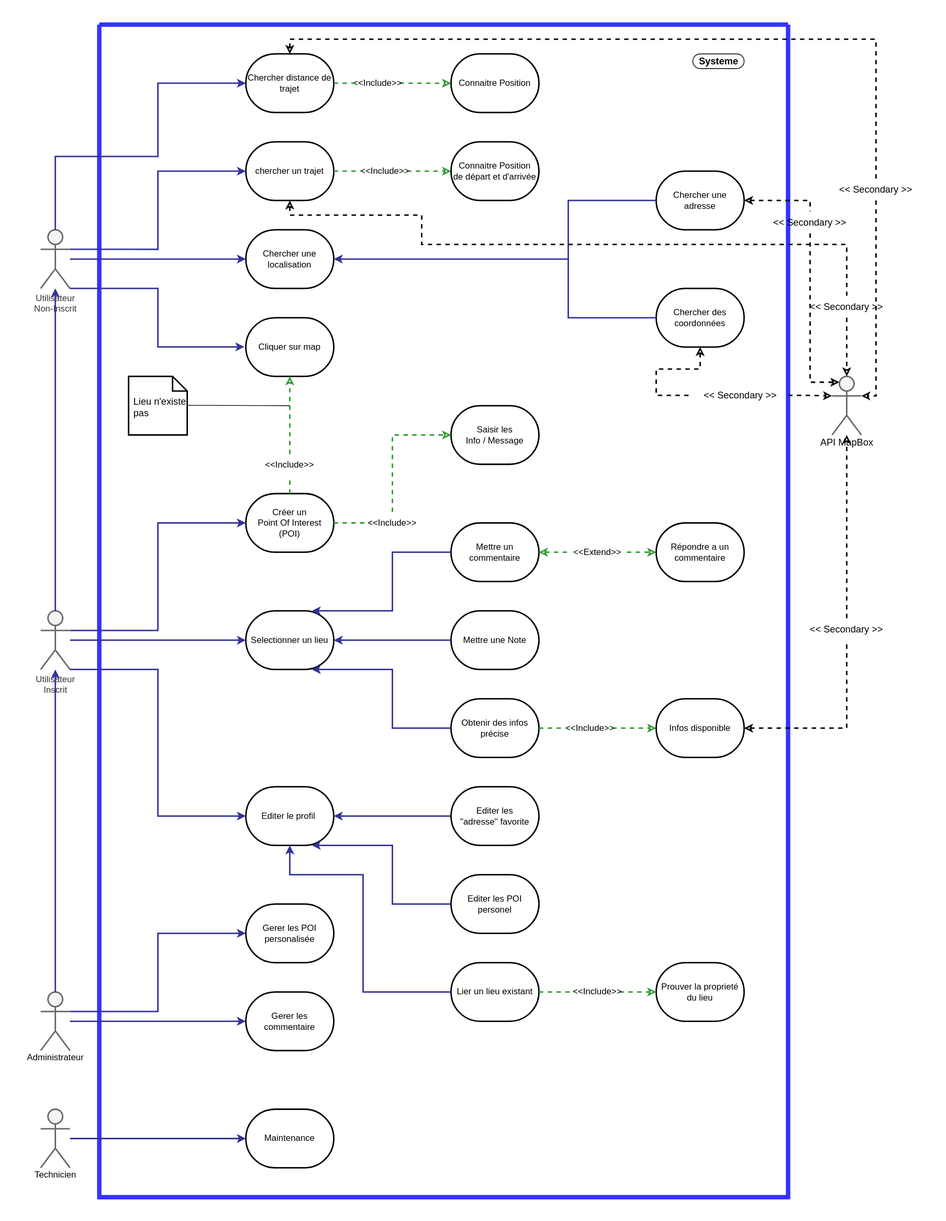
Earlier version of the draw.io export UML/Uml-Use-Case.drawio.svg (Bparsis/Projet-Formation). Source tidied: cells renumbered, new cells last; positions are measured from the earlier drawing's top-left corner, leaving out a move shared by most shapes.
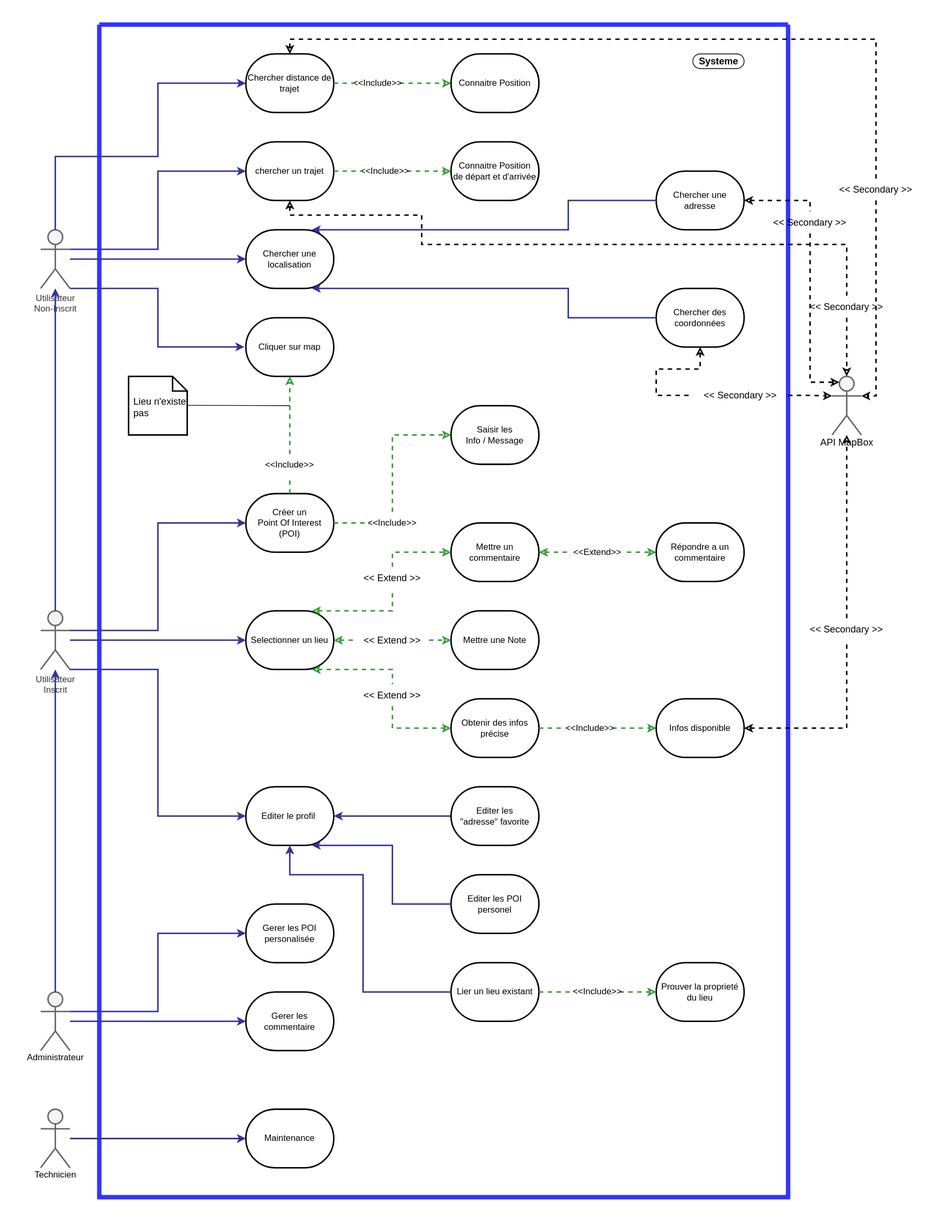
Later version of the same file.

Diff of the diagram source:
```diff
@@ -20,6 +20,32 @@
     <mxCell id="7" value="&amp;lt;&amp;lt; Secondary &amp;gt;&amp;gt;" style="text;html=1;strokeColor=none;fillColor=none;align=center;verticalAlign=middle;whiteSpace=wrap;rounded=0;shadow=0;glass=0;labelBackgroundColor=none;sketch=0;fontSize=13;" parent="2" vertex="1">
       <mxGeometry x="810" y="491" width="130" height="30" as="geometry" />
     </mxCell>
+    <mxCell id="94" value="&amp;lt;&amp;lt; Extend &amp;gt;&amp;gt;" style="text;html=1;strokeColor=none;fillColor=none;align=center;verticalAlign=middle;whiteSpace=wrap;rounded=0;shadow=0;glass=0;labelBackgroundColor=none;sketch=0;fontSize=13;" parent="2" vertex="1">
+      <mxGeometry x="350" y="740" width="100" height="30" as="geometry" />
+    </mxCell>
+    <mxCell id="95" style="rounded=0;jettySize=auto;html=1;strokeWidth=2;startArrow=classic;endArrow=none;edgeStyle=orthogonalEdgeStyle;startFill=0;endFill=0;fillColor=#dae8fc;strokeColor=#339933;sketch=0;exitX=0.75;exitY=0;exitDx=0;exitDy=0;dashed=1;" parent="2" edge="1" source="6" target="94">
+      <mxGeometry relative="1" as="geometry">
+        <Array as="points">
+          <mxPoint x="400" y="800" />
+        </Array>
+      </mxGeometry>
+    </mxCell>
+    <mxCell id="96" value="&amp;lt;&amp;lt; Extend &amp;gt;&amp;gt;" style="text;html=1;strokeColor=none;fillColor=none;align=center;verticalAlign=middle;whiteSpace=wrap;rounded=0;shadow=0;glass=0;labelBackgroundColor=none;sketch=0;fontSize=13;" parent="2" vertex="1">
+      <mxGeometry x="350" y="825" width="100" height="30" as="geometry" />
+    </mxCell>
+    <mxCell id="97" style="rounded=0;jettySize=auto;html=1;strokeWidth=2;startArrow=classic;endArrow=none;edgeStyle=orthogonalEdgeStyle;startFill=0;endFill=0;fillColor=#dae8fc;strokeColor=#339933;sketch=0;exitX=1;exitY=0.5;exitDx=0;exitDy=0;entryX=0;entryY=0.5;entryDx=0;entryDy=0;dashed=1;" parent="2" edge="1" source="6" target="96">
+      <mxGeometry relative="1" as="geometry" />
+    </mxCell>
+    <mxCell id="98" value="&amp;lt;&amp;lt; Extend &amp;gt;&amp;gt;" style="text;html=1;strokeColor=none;fillColor=none;align=center;verticalAlign=middle;whiteSpace=wrap;rounded=0;shadow=0;glass=0;labelBackgroundColor=none;sketch=0;fontSize=13;" parent="2" vertex="1">
+      <mxGeometry x="350" y="900" width="100" height="30" as="geometry" />
+    </mxCell>
+    <mxCell id="99" style="rounded=0;jettySize=auto;html=1;strokeWidth=2;startArrow=classic;endArrow=none;edgeStyle=orthogonalEdgeStyle;startFill=0;endFill=0;fillColor=#dae8fc;strokeColor=#339933;sketch=0;exitX=0.75;exitY=1;exitDx=0;exitDy=0;dashed=1;" parent="2" edge="1" source="6" target="98">
+      <mxGeometry relative="1" as="geometry">
+        <Array as="points">
+          <mxPoint x="400" y="880" />
+        </Array>
+      </mxGeometry>
+    </mxCell>
     <mxCell id="8" value="Chercher une localisation" style="rounded=1;whiteSpace=wrap;html=1;arcSize=50;strokeWidth=2;perimeterSpacing=0;gradientColor=none;fillColor=default;" parent="1" vertex="1">
       <mxGeometry x="305" y="280" width="120" height="80" as="geometry" />
     </mxCell>
@@ -99,18 +125,18 @@
     <mxCell id="28" value="Chercher des coordonnées" style="rounded=1;whiteSpace=wrap;html=1;arcSize=50;strokeWidth=2;perimeterSpacing=0;gradientColor=none;fillColor=default;" parent="1" vertex="1">
       <mxGeometry x="865" y="360" width="120" height="80" as="geometry" />
     </mxCell>
-    <mxCell id="29" style="rounded=0;jettySize=auto;html=1;strokeWidth=2;startArrow=classic;endArrow=none;edgeStyle=orthogonalEdgeStyle;startFill=1;endFill=0;fillColor=#dae8fc;strokeColor=#333399;exitX=1;exitY=0.5;exitDx=0;exitDy=0;entryX=0;entryY=0.5;entryDx=0;entryDy=0;" parent="1" edge="1" source="8" target="27">
+    <mxCell id="29" style="rounded=0;jettySize=auto;html=1;strokeWidth=2;startArrow=classic;endArrow=none;edgeStyle=orthogonalEdgeStyle;startFill=1;endFill=0;fillColor=#dae8fc;strokeColor=#333399;entryX=0;entryY=0.5;entryDx=0;entryDy=0;exitX=0.75;exitY=0;exitDx=0;exitDy=0;" parent="1" edge="1" source="8" target="27">
       <mxGeometry relative="1" as="geometry">
         <Array as="points">
-          <mxPoint x="745" y="320" />
+          <mxPoint x="745" y="280" />
           <mxPoint x="745" y="240" />
         </Array>
       </mxGeometry>
     </mxCell>
-    <mxCell id="30" style="rounded=0;jettySize=auto;html=1;strokeWidth=2;startArrow=none;endArrow=none;edgeStyle=orthogonalEdgeStyle;startFill=0;endFill=0;fillColor=#dae8fc;strokeColor=#333399;entryX=0;entryY=0.5;entryDx=0;entryDy=0;" parent="1" edge="1" target="28">
+    <mxCell id="30" style="rounded=0;jettySize=auto;html=1;strokeWidth=2;startArrow=classic;endArrow=none;edgeStyle=orthogonalEdgeStyle;startFill=1;endFill=0;fillColor=#dae8fc;strokeColor=#333399;entryX=0;entryY=0.5;entryDx=0;entryDy=0;exitX=0.75;exitY=1;exitDx=0;exitDy=0;" parent="1" edge="1" source="8" target="28">
       <mxGeometry relative="1" as="geometry">
-        <mxPoint x="745" y="320" as="sourcePoint" />
         <Array as="points">
+          <mxPoint x="745" y="360" />
           <mxPoint x="745" y="400" />
         </Array>
       </mxGeometry>
@@ -124,21 +150,19 @@
     <mxCell id="33" value="Obtenir des infos précise" style="rounded=1;whiteSpace=wrap;html=1;sketch=0;arcSize=50;strokeWidth=2;perimeterSpacing=0;gradientColor=none;fillColor=default;" parent="1" vertex="1">
       <mxGeometry x="585" y="920" width="120" height="80" as="geometry" />
     </mxCell>
-    <mxCell id="34" style="rounded=0;jettySize=auto;html=1;strokeWidth=2;startArrow=classic;endArrow=none;edgeStyle=orthogonalEdgeStyle;startFill=1;endFill=0;fillColor=#dae8fc;strokeColor=#333399;sketch=0;exitX=1;exitY=0.5;exitDx=0;exitDy=0;entryX=0;entryY=0.5;entryDx=0;entryDy=0;" parent="1" edge="1" source="6" target="32">
+    <mxCell id="34" style="rounded=0;jettySize=auto;html=1;strokeWidth=2;startArrow=none;endArrow=classic;edgeStyle=orthogonalEdgeStyle;startFill=0;endFill=0;fillColor=#dae8fc;strokeColor=#339933;sketch=0;exitX=1;exitY=0.5;exitDx=0;exitDy=0;entryX=0;entryY=0.5;entryDx=0;entryDy=0;dashed=1;" parent="1" edge="1" source="96" target="32">
       <mxGeometry relative="1" as="geometry" />
     </mxCell>
-    <mxCell id="35" style="rounded=0;jettySize=auto;html=1;strokeWidth=2;startArrow=classic;endArrow=none;edgeStyle=orthogonalEdgeStyle;startFill=1;endFill=0;fillColor=#dae8fc;strokeColor=#333399;sketch=0;entryX=0;entryY=0.5;entryDx=0;entryDy=0;exitX=0.75;exitY=0;exitDx=0;exitDy=0;" parent="1" edge="1" source="6" target="31">
+    <mxCell id="35" style="rounded=0;jettySize=auto;html=1;strokeWidth=2;startArrow=none;endArrow=classic;edgeStyle=orthogonalEdgeStyle;startFill=0;endFill=0;fillColor=#dae8fc;strokeColor=#339933;sketch=0;entryX=0;entryY=0.5;entryDx=0;entryDy=0;dashed=1;" parent="1" edge="1" source="94" target="31">
       <mxGeometry relative="1" as="geometry">
         <Array as="points">
-          <mxPoint x="505" y="800" />
           <mxPoint x="505" y="720" />
         </Array>
       </mxGeometry>
     </mxCell>
-    <mxCell id="36" style="rounded=0;jettySize=auto;html=1;strokeWidth=2;startArrow=classic;endArrow=none;edgeStyle=orthogonalEdgeStyle;startFill=1;endFill=0;fillColor=#dae8fc;strokeColor=#333399;sketch=0;entryX=0;entryY=0.5;entryDx=0;entryDy=0;exitX=0.75;exitY=1;exitDx=0;exitDy=0;" parent="1" edge="1" source="6" target="33">
+    <mxCell id="36" style="rounded=0;jettySize=auto;html=1;strokeWidth=2;startArrow=none;endArrow=classic;edgeStyle=orthogonalEdgeStyle;startFill=0;endFill=0;fillColor=#dae8fc;strokeColor=#339933;sketch=0;entryX=0;entryY=0.5;entryDx=0;entryDy=0;dashed=1;" parent="1" edge="1" source="98" target="33">
       <mxGeometry relative="1" as="geometry">
         <Array as="points">
-          <mxPoint x="505" y="880" />
           <mxPoint x="505" y="960" />
         </Array>
       </mxGeometry>
```
